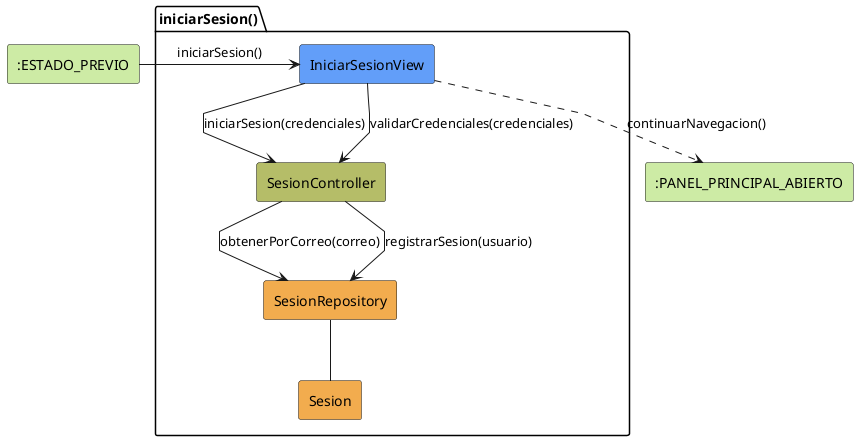
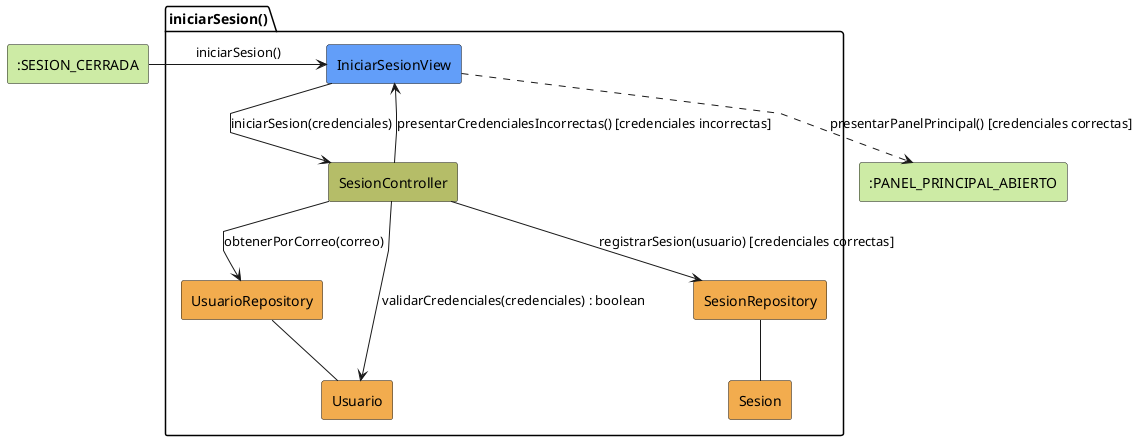
@startuml iniciarSesion-analisis
skinparam linetype polyline

- rectangle #CDEBA5 ":ESTADO_PREVIO" as EstadoEntrada
+ rectangle #CDEBA5 ":SESION_CERRADA" as EstadoEntrada
package iniciarSesion as "iniciarSesion()" {
    rectangle #629EF9 IniciarSesionView
    rectangle #b5bd68 SesionController
+     rectangle #F2AC4E UsuarioRepository
+     rectangle #F2AC4E Usuario
    rectangle #F2AC4E SesionRepository
    rectangle #F2AC4E Sesion
}

rectangle #CDEBA5 ":PANEL_PRINCIPAL_ABIERTO" as EstadoSalida


EstadoEntrada -r-> IniciarSesionView: iniciarSesion()

IniciarSesionView -d-> SesionController: iniciarSesion(credenciales)
- IniciarSesionView --> SesionController: validarCredenciales(credenciales)
- SesionController --> SesionRepository: obtenerPorCorreo(correo)
- SesionController --> SesionRepository: registrarSesion(usuario)
+ SesionController --> UsuarioRepository: obtenerPorCorreo(correo)
+ SesionController --> Usuario: validarCredenciales(credenciales) : boolean
+ SesionController --> IniciarSesionView: presentarCredencialesIncorrectas() [credenciales incorrectas]
+ SesionController --> SesionRepository: registrarSesion(usuario) [credenciales correctas]
+ UsuarioRepository -- Usuario
SesionRepository -- Sesion
- IniciarSesionView ..> EstadoSalida: continuarNavegacion()
+ IniciarSesionView ..> EstadoSalida: presentarPanelPrincipal() [credenciales correctas]


@enduml
